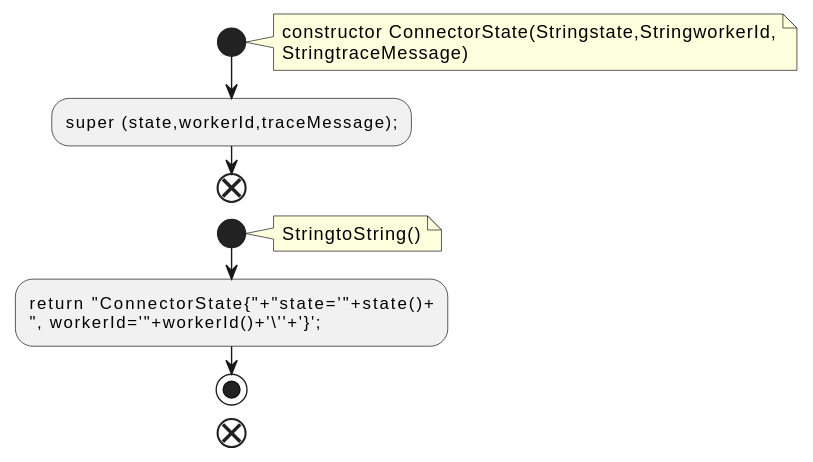
The PlantUML diagram docs/qc/connect/api/src/main/java/org/apache/kafka/connect/health/ConnectorState.java.fct.svg in qualitesys/kafka, before a commit.
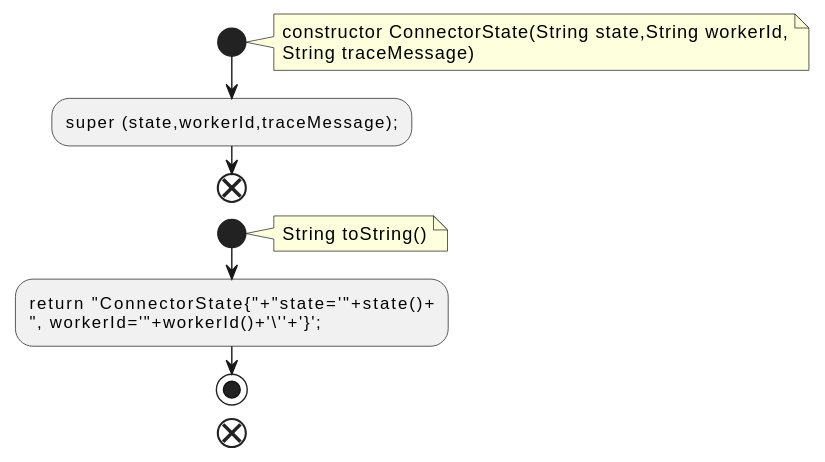
After the commit.

Change to the diagram source:
```diff
@@ -2,14 +2,14 @@
 !pragma layout smetana
 start
 note right
-constructor ConnectorState(Stringstate,StringworkerId,
-StringtraceMessage)
+constructor ConnectorState(String state,String workerId,
+String traceMessage)
 end note
 :super (state,workerId,traceMessage);;
 end
 start
 note right
-StringtoString()
+String toString()
 end note
 :return "ConnectorState{"+"state='"+state()+
 ", workerId='"+workerId()+'\''+'}';;
```
